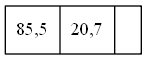
Earlier version of the Graphviz export PointsReport.png (olgt/EDD_1S2019_P1_201612341). Its source is kept beside it as PointsReport.dot.
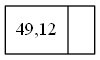
Above is the later version.

What changed in the source:
```diff
@@ -1,5 +1,5 @@
 digraph firstGraph{
 rankdir=BT;
 node [shape = record];
-hashTable [label="<f0>85,5|<f2>20,7|<f1>  "];
+hashTable [label="<f1>49,12|<f0>  "];
 }
```
